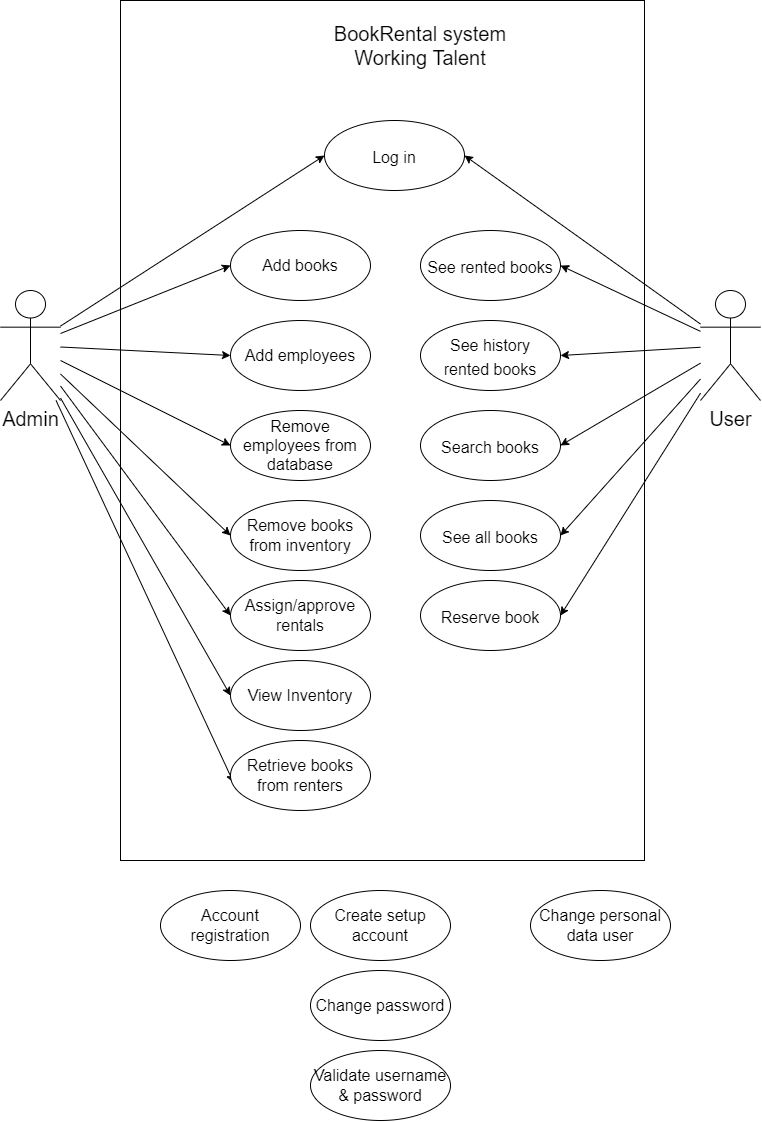
This is Use case diagram.drawio.png from LauretteBuitenhuis/BookRental, a draw.io export, as it was before one commit. Source tidied: cells renumbered, new cells last; positions are measured from the earlier drawing's top-left corner, leaving out a move shared by most shapes.
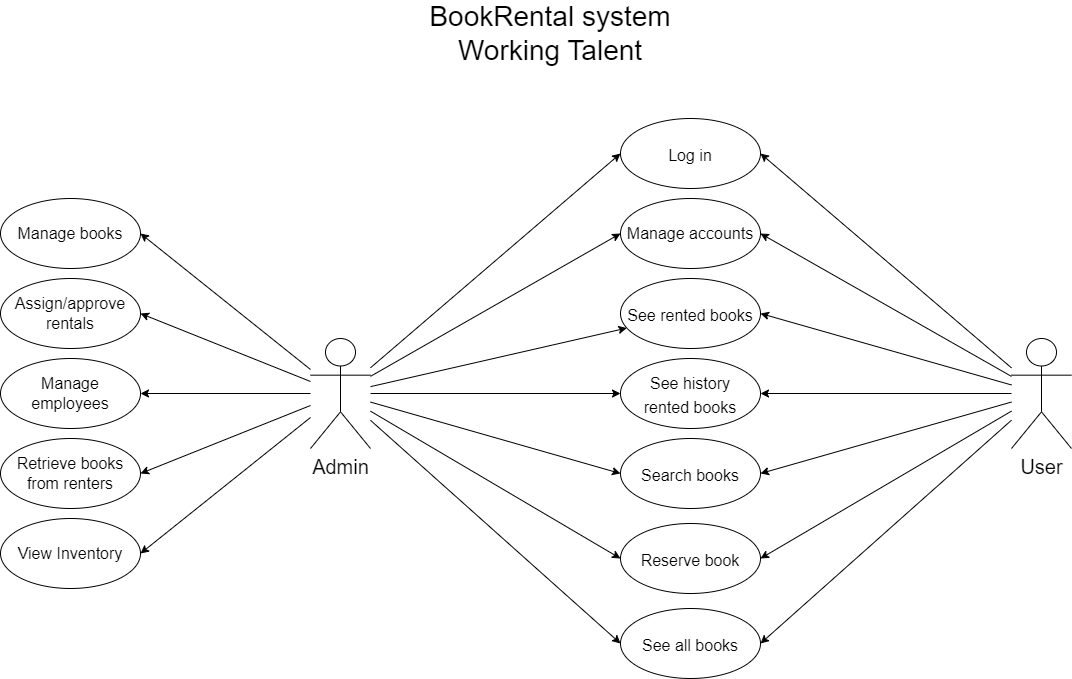
The same diagram one commit later.

Diff of the diagram source:
```diff
@@ -2,60 +2,63 @@
   <root>
     <mxCell id="0" />
     <mxCell id="1" parent="0" />
+    <mxCell id="9" style="edgeStyle=none;rounded=0;jettySize=auto;html=1;entryX=0;entryY=0.5;entryDx=0;entryDy=0;fontSize=16;" parent="1" edge="1" source="10" target="27">
+      <mxGeometry relative="1" as="geometry" />
+    </mxCell>
+    <mxCell id="38" style="rounded=0;jettySize=auto;html=1;" parent="1" edge="1" source="10" target="29">
+      <mxGeometry relative="1" as="geometry" />
+    </mxCell>
+    <mxCell id="39" style="edgeStyle=none;rounded=0;jettySize=auto;html=1;" parent="1" edge="1" source="10" target="30">
+      <mxGeometry relative="1" as="geometry" />
+    </mxCell>
+    <mxCell id="40" style="edgeStyle=none;rounded=0;jettySize=auto;html=1;entryX=0;entryY=0.5;entryDx=0;entryDy=0;" parent="1" edge="1" source="10" target="28">
+      <mxGeometry relative="1" as="geometry" />
+    </mxCell>
+    <mxCell id="41" style="edgeStyle=none;rounded=0;jettySize=auto;html=1;entryX=0;entryY=0.5;entryDx=0;entryDy=0;" parent="1" edge="1" source="10" target="31">
+      <mxGeometry relative="1" as="geometry" />
+    </mxCell>
+    <mxCell id="42" style="edgeStyle=none;rounded=0;jettySize=auto;html=1;entryX=0;entryY=0.5;entryDx=0;entryDy=0;" parent="1" edge="1" source="10" target="37">
+      <mxGeometry relative="1" as="geometry" />
+    </mxCell>
+    <mxCell id="43" style="edgeStyle=none;rounded=0;jettySize=auto;html=1;entryX=0;entryY=0.5;entryDx=0;entryDy=0;" parent="1" edge="1" source="10" target="32">
+      <mxGeometry relative="1" as="geometry" />
+    </mxCell>
-    <mxCell id="2" style="rounded=0;jettySize=auto;html=1;entryX=0;entryY=0.5;entryDx=0;entryDy=0;fontSize=20;" parent="1" edge="1" source="10" target="13">
+    <mxCell id="2" style="edgeStyle=none;rounded=0;jettySize=auto;html=1;entryX=1;entryY=0.5;entryDx=0;entryDy=0;" parent="1" edge="1" source="10" target="13">
       <mxGeometry relative="1" as="geometry" />
     </mxCell>
+    <mxCell id="6" style="edgeStyle=none;rounded=0;jettySize=auto;html=1;entryX=1;entryY=0.5;entryDx=0;entryDy=0;" parent="1" edge="1" source="10" target="16">
+      <mxGeometry relative="1" as="geometry" />
+    </mxCell>
-    <mxCell id="3" style="edgeStyle=none;rounded=0;jettySize=auto;html=1;entryX=0;entryY=0.5;entryDx=0;entryDy=0;fontSize=20;" parent="1" edge="1" source="10" target="14">
+    <mxCell id="3" style="edgeStyle=none;rounded=0;jettySize=auto;html=1;entryX=1;entryY=0.5;entryDx=0;entryDy=0;" parent="1" edge="1" source="10" target="14">
       <mxGeometry relative="1" as="geometry" />
     </mxCell>
-    <mxCell id="4" style="edgeStyle=none;rounded=0;jettySize=auto;html=1;entryX=0;entryY=0.5;entryDx=0;entryDy=0;fontSize=20;" parent="1" edge="1" source="10" target="15">
-      <mxGeometry relative="1" as="geometry" />
-    </mxCell>
-    <mxCell id="5" style="edgeStyle=none;rounded=0;jettySize=auto;html=1;entryX=0;entryY=0.5;entryDx=0;entryDy=0;fontSize=20;" parent="1" edge="1" source="10" target="19">
-      <mxGeometry relative="1" as="geometry" />
-    </mxCell>
-    <mxCell id="6" style="edgeStyle=none;rounded=0;jettySize=auto;html=1;entryX=0;entryY=0.5;entryDx=0;entryDy=0;fontSize=20;" parent="1" edge="1" source="10" target="16">
-      <mxGeometry relative="1" as="geometry" />
-    </mxCell>
+    <mxCell id="8" style="edgeStyle=none;rounded=0;jettySize=auto;html=1;entryX=1;entryY=0.5;entryDx=0;entryDy=0;" parent="1" edge="1" source="10" target="18">
+      <mxGeometry relative="1" as="geometry" />
+    </mxCell>
-    <mxCell id="7" style="edgeStyle=none;rounded=0;jettySize=auto;html=1;entryX=0;entryY=0.5;entryDx=0;entryDy=0;fontSize=20;" parent="1" edge="1" source="10" target="17">
+    <mxCell id="7" style="edgeStyle=none;rounded=0;jettySize=auto;html=1;entryX=1;entryY=0.5;entryDx=0;entryDy=0;" parent="1" edge="1" source="10" target="17">
       <mxGeometry relative="1" as="geometry" />
     </mxCell>
-    <mxCell id="8" style="edgeStyle=none;rounded=0;jettySize=auto;html=1;entryX=0.022;entryY=0.601;entryDx=0;entryDy=0;entryPerimeter=0;fontSize=20;" parent="1" edge="1" source="10" target="18">
-      <mxGeometry relative="1" as="geometry" />
-    </mxCell>
-    <mxCell id="9" style="edgeStyle=none;rounded=0;jettySize=auto;html=1;entryX=0;entryY=0.5;entryDx=0;entryDy=0;fontSize=16;" parent="1" edge="1" source="10" target="27">
-      <mxGeometry relative="1" as="geometry" />
-    </mxCell>
     <mxCell id="10" value="&lt;font style=&quot;font-size: 20px;&quot;&gt;Admin&lt;/font&gt;" style="shape=umlActor;verticalLabelPosition=bottom;verticalAlign=top;html=1;" parent="1" vertex="1">
-      <mxGeometry y="290" width="60" height="110" as="geometry" />
+      <mxGeometry x="490" y="360" width="60" height="110" as="geometry" />
     </mxCell>
-    <mxCell id="11" style="rounded=0;whiteSpace=wrap;html=1;fillStyle=auto;gradientColor=default;fillColor=none;" parent="1" vertex="1">
-      <mxGeometry x="120" width="524" height="860" as="geometry" />
-    </mxCell>
-    <mxCell id="12" value="&lt;font style=&quot;font-size: 20px;&quot;&gt;BookRental system Working Talent&lt;/font&gt;" style="text;html=1;strokeColor=none;fillColor=none;align=center;verticalAlign=middle;whiteSpace=wrap;rounded=0;" parent="1" vertex="1">
-      <mxGeometry x="330" y="30" width="180" height="30" as="geometry" />
+    <mxCell id="12" value="&lt;font style=&quot;font-size: 28px;&quot;&gt;BookRental system Working Talent&lt;/font&gt;" style="text;html=1;strokeColor=none;fillColor=none;align=center;verticalAlign=middle;whiteSpace=wrap;rounded=0;" parent="1" vertex="1">
+      <mxGeometry x="560" y="40" width="340" height="30" as="geometry" />
     </mxCell>
-    <mxCell id="13" value="Add books" style="ellipse;whiteSpace=wrap;html=1;fontSize=16;" parent="1" vertex="1">
-      <mxGeometry x="230" y="230" width="140" height="70" as="geometry" />
+    <mxCell id="13" value="Manage books" style="ellipse;whiteSpace=wrap;html=1;fontSize=16;" parent="1" vertex="1">
+      <mxGeometry x="180" y="220" width="140" height="70" as="geometry" />
     </mxCell>
-    <mxCell id="14" value="Add employees" style="ellipse;whiteSpace=wrap;html=1;fontSize=16;" parent="1" vertex="1">
-      <mxGeometry x="230" y="320" width="140" height="70" as="geometry" />
+    <mxCell id="14" value="Manage employees" style="ellipse;whiteSpace=wrap;html=1;fontSize=16;" parent="1" vertex="1">
+      <mxGeometry x="180" y="380" width="140" height="70" as="geometry" />
     </mxCell>
-    <mxCell id="15" value="Remove employees from database" style="ellipse;whiteSpace=wrap;html=1;fontSize=16;" parent="1" vertex="1">
-      <mxGeometry x="230" y="410" width="140" height="70" as="geometry" />
-    </mxCell>
     <mxCell id="16" value="Assign/approve rentals" style="ellipse;whiteSpace=wrap;html=1;fontSize=16;" parent="1" vertex="1">
-      <mxGeometry x="230" y="580" width="140" height="70" as="geometry" />
+      <mxGeometry x="180" y="300" width="140" height="70" as="geometry" />
     </mxCell>
     <mxCell id="17" value="View Inventory" style="ellipse;whiteSpace=wrap;html=1;fontSize=16;" parent="1" vertex="1">
-      <mxGeometry x="230" y="660" width="140" height="70" as="geometry" />
+      <mxGeometry x="180" y="540" width="140" height="70" as="geometry" />
     </mxCell>
     <mxCell id="18" value="Retrieve books from renters" style="ellipse;whiteSpace=wrap;html=1;fontSize=16;" parent="1" vertex="1">
-      <mxGeometry x="230" y="740" width="140" height="70" as="geometry" />
+      <mxGeometry x="180" y="460" width="140" height="70" as="geometry" />
     </mxCell>
-    <mxCell id="19" value="Remove books from inventory" style="ellipse;whiteSpace=wrap;html=1;fontSize=16;" parent="1" vertex="1">
-      <mxGeometry x="230" y="500" width="140" height="70" as="geometry" />
-    </mxCell>
     <mxCell id="20" style="edgeStyle=none;rounded=0;jettySize=auto;html=1;entryX=1;entryY=0.5;entryDx=0;entryDy=0;fontSize=16;" parent="1" edge="1" source="26" target="27">
       <mxGeometry relative="1" as="geometry" />
     </mxCell>
@@ -74,41 +77,32 @@
     <mxCell id="25" style="edgeStyle=none;rounded=0;jettySize=auto;html=1;entryX=1;entryY=0.5;entryDx=0;entryDy=0;fontSize=16;" parent="1" edge="1" source="26" target="32">
       <mxGeometry relative="1" as="geometry" />
     </mxCell>
+    <mxCell id="44" style="edgeStyle=none;rounded=0;jettySize=auto;html=1;entryX=1;entryY=0.5;entryDx=0;entryDy=0;" parent="1" edge="1" source="26" target="37">
+      <mxGeometry relative="1" as="geometry" />
+    </mxCell>
     <mxCell id="26" value="&lt;font style=&quot;font-size: 20px;&quot;&gt;User&lt;/font&gt;" style="shape=umlActor;verticalLabelPosition=bottom;verticalAlign=top;html=1;" parent="1" vertex="1">
-      <mxGeometry x="700" y="290" width="60" height="110" as="geometry" />
+      <mxGeometry x="1191" y="360" width="60" height="110" as="geometry" />
     </mxCell>
     <mxCell id="27" value="&lt;font style=&quot;font-size: 16px;&quot;&gt;Log in&lt;/font&gt;" style="ellipse;whiteSpace=wrap;html=1;fontSize=20;" parent="1" vertex="1">
-      <mxGeometry x="324" y="120" width="140" height="70" as="geometry" />
+      <mxGeometry x="800" y="140" width="140" height="70" as="geometry" />
     </mxCell>
     <mxCell id="28" value="&lt;font style=&quot;font-size: 16px;&quot;&gt;Search books&lt;/font&gt;" style="ellipse;whiteSpace=wrap;html=1;fontSize=20;" parent="1" vertex="1">
-      <mxGeometry x="420" y="410" width="140" height="70" as="geometry" />
+      <mxGeometry x="800" y="460" width="140" height="70" as="geometry" />
     </mxCell>
     <mxCell id="29" value="&lt;font style=&quot;font-size: 16px;&quot;&gt;See rented books&lt;/font&gt;" style="ellipse;whiteSpace=wrap;html=1;fontSize=20;" parent="1" vertex="1">
-      <mxGeometry x="420" y="230" width="140" height="70" as="geometry" />
+      <mxGeometry x="800" y="300" width="140" height="70" as="geometry" />
     </mxCell>
     <mxCell id="30" value="&lt;font style=&quot;font-size: 16px;&quot;&gt;&lt;font style=&quot;font-size: 16px;&quot;&gt;See&lt;/font&gt;&lt;font style=&quot;font-size: 16px;&quot;&gt; &lt;/font&gt;&lt;font style=&quot;font-size: 16px;&quot;&gt;history &lt;br&gt;rented books&lt;/font&gt;&lt;/font&gt;" style="ellipse;whiteSpace=wrap;html=1;fontSize=20;" parent="1" vertex="1">
-      <mxGeometry x="420" y="320" width="140" height="70" as="geometry" />
+      <mxGeometry x="800" y="380" width="140" height="70" as="geometry" />
     </mxCell>
     <mxCell id="31" value="&lt;font style=&quot;font-size: 16px;&quot;&gt;See all books&lt;/font&gt;" style="ellipse;whiteSpace=wrap;html=1;fontSize=20;" parent="1" vertex="1">
-      <mxGeometry x="420" y="500" width="140" height="70" as="geometry" />
+      <mxGeometry x="800" y="630" width="140" height="70" as="geometry" />
     </mxCell>
     <mxCell id="32" value="&lt;font style=&quot;font-size: 16px;&quot;&gt;Reserve book&lt;/font&gt;" style="ellipse;whiteSpace=wrap;html=1;fontSize=20;" parent="1" vertex="1">
-      <mxGeometry x="420" y="580" width="140" height="70" as="geometry" />
+      <mxGeometry x="800" y="545" width="140" height="70" as="geometry" />
     </mxCell>
-    <mxCell id="33" value="Change personal data user" style="ellipse;whiteSpace=wrap;html=1;fillStyle=auto;fontSize=16;fillColor=none;gradientColor=default;" parent="1" vertex="1">
-      <mxGeometry x="530" y="890" width="140" height="70" as="geometry" />
-    </mxCell>
-    <mxCell id="34" value="Create setup account" style="ellipse;whiteSpace=wrap;html=1;fillStyle=auto;fontSize=16;fillColor=none;gradientColor=default;" parent="1" vertex="1">
-      <mxGeometry x="310" y="890" width="140" height="70" as="geometry" />
-    </mxCell>
-    <mxCell id="35" value="Change password" style="ellipse;whiteSpace=wrap;html=1;fillStyle=auto;fontSize=16;fillColor=none;gradientColor=default;" parent="1" vertex="1">
-      <mxGeometry x="310" y="970" width="140" height="70" as="geometry" />
-    </mxCell>
-    <mxCell id="36" value="Validate username &amp;amp; password" style="ellipse;whiteSpace=wrap;html=1;fillStyle=auto;fontSize=16;fillColor=none;gradientColor=default;" parent="1" vertex="1">
-      <mxGeometry x="310" y="1050" width="140" height="70" as="geometry" />
-    </mxCell>
-    <mxCell id="37" value="Account registration" style="ellipse;whiteSpace=wrap;html=1;fillStyle=auto;fontSize=16;fillColor=none;gradientColor=default;" parent="1" vertex="1">
-      <mxGeometry x="160" y="890" width="140" height="70" as="geometry" />
+    <mxCell id="37" value="Manage accounts" style="ellipse;whiteSpace=wrap;html=1;fillStyle=auto;fontSize=16;fillColor=none;gradientColor=default;" parent="1" vertex="1">
+      <mxGeometry x="800" y="220" width="140" height="70" as="geometry" />
     </mxCell>
   </root>
 </mxGraphModel>
```
